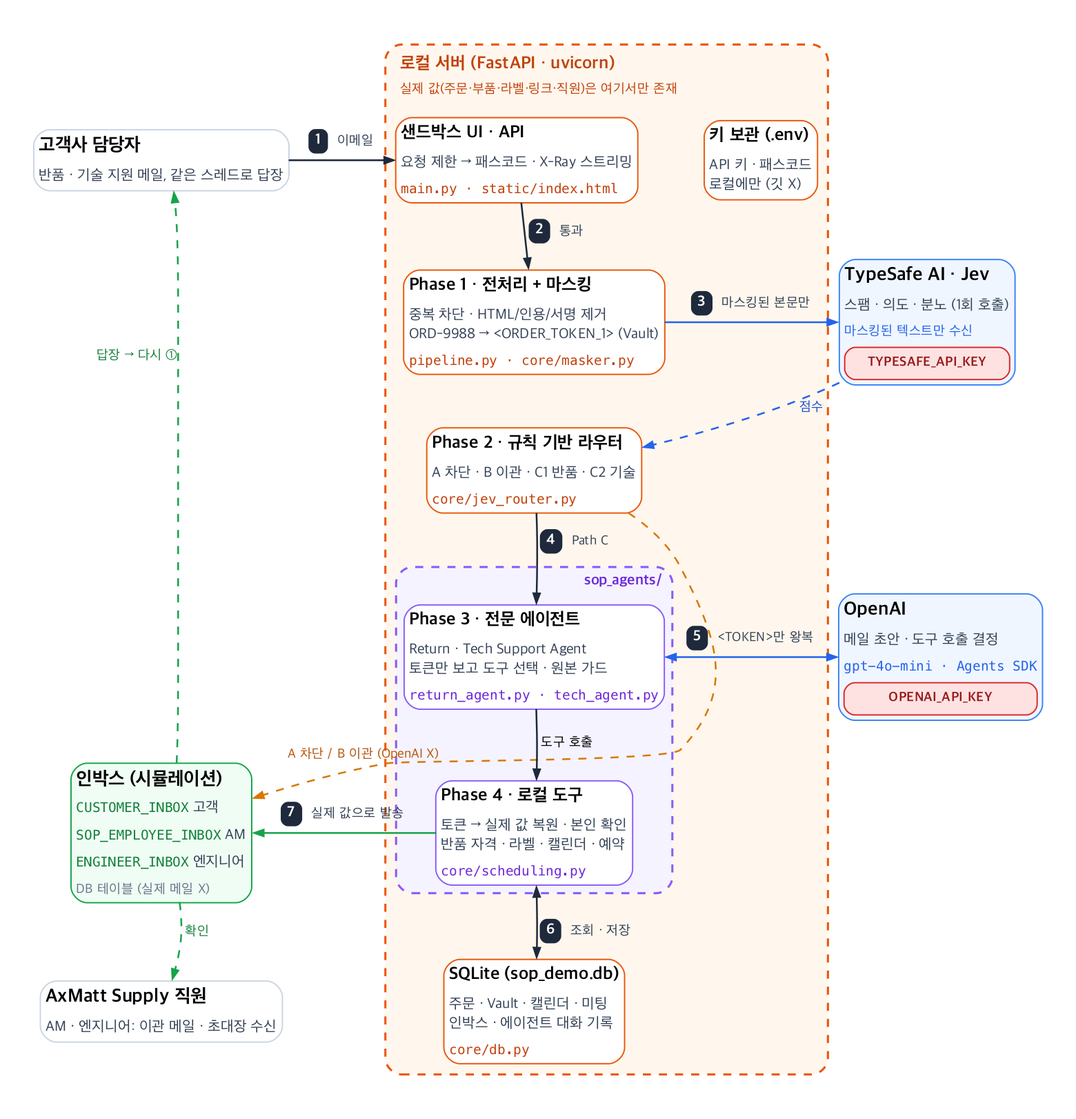
Above: docs/architecture.png in sangmin-matthew-lee/sopo-agnet-claude (Graphviz), before the change. Its source is kept beside it as docs/architecture.dot. The source it was exported from:
```dot
digraph SOPO_ARCH {
  graph [rankdir=TB, fontname="Apple SD Gothic Neo", nodesep=0.35, ranksep=0.28, bgcolor="white",
         pad=0.35, newrank=true, compound=true, splines=spline];
  node  [shape=plain, fontname="Apple SD Gothic Neo"];
  edge  [fontname="Apple SD Gothic Neo", fontsize=10, color="#1e293b", penwidth=1.3, arrowsize=0.7];

  customer [label=<
    <TABLE BORDER="1" COLOR="#cbd5e1" CELLBORDER="0" CELLPADDING="3" CELLSPACING="0" STYLE="rounded" BGCOLOR="white">
      <TR><TD ALIGN="LEFT"><B><FONT POINT-SIZE="14">고객사 담당자</FONT></B></TD></TR>
      <TR><TD ALIGN="LEFT"><FONT POINT-SIZE="11" COLOR="#334155">반품 · 기술 지원 메일, 같은 스레드로 답장<BR ALIGN="LEFT"/></FONT></TD></TR>
    </TABLE>>];

  staff [label=<
    <TABLE BORDER="1" COLOR="#cbd5e1" CELLBORDER="0" CELLPADDING="3" CELLSPACING="0" STYLE="rounded" BGCOLOR="white">
      <TR><TD ALIGN="LEFT"><B><FONT POINT-SIZE="14">AxMatt Supply 직원</FONT></B></TD></TR>
      <TR><TD ALIGN="LEFT"><FONT POINT-SIZE="11" COLOR="#334155">AM · 엔지니어: 이관 메일 · 초대장 수신<BR ALIGN="LEFT"/></FONT></TD></TR>
    </TABLE>>];

  subgraph cluster_local {
    label=<<TABLE BORDER="0" CELLPADDING="1"><TR><TD ALIGN="LEFT"><B><FONT POINT-SIZE="13" COLOR="#c2410c">로컬 서버 (FastAPI · uvicorn)</FONT></B></TD></TR><TR><TD ALIGN="LEFT"><FONT POINT-SIZE="10" COLOR="#c2410c">실제 값(주문·부품·라벨·링크·직원)은 여기서만 존재</FONT></TD></TR></TABLE>>;
    labeljust=l; style="rounded,dashed"; color="#ea580c"; penwidth=1.6; bgcolor="#fff7ed"; margin=8;

    api [label=<
      <TABLE BORDER="1" COLOR="#ea580c" CELLBORDER="0" CELLPADDING="3" CELLSPACING="0" STYLE="rounded" BGCOLOR="white">
        <TR><TD ALIGN="LEFT"><B><FONT POINT-SIZE="13">샌드박스 UI · API</FONT></B></TD></TR>
        <TR><TD ALIGN="LEFT"><FONT POINT-SIZE="11" COLOR="#334155">요청 제한 → 패스코드 · X-Ray 스트리밍<BR ALIGN="LEFT"/></FONT></TD></TR>
        <TR><TD ALIGN="LEFT"><FONT FACE="Menlo" POINT-SIZE="10" COLOR="#c2410c">main.py · static/index.html</FONT></TD></TR>
      </TABLE>>];

    mask [label=<
      <TABLE BORDER="1" COLOR="#ea580c" CELLBORDER="0" CELLPADDING="3" CELLSPACING="0" STYLE="rounded" BGCOLOR="white">
        <TR><TD ALIGN="LEFT"><B><FONT POINT-SIZE="13">Phase 1 · 전처리 + 마스킹</FONT></B></TD></TR>
        <TR><TD ALIGN="LEFT"><FONT POINT-SIZE="11" COLOR="#334155">중복 차단 · HTML/인용/서명 제거<BR ALIGN="LEFT"/>ORD-9988 → &lt;ORDER_TOKEN_1&gt; (Vault)<BR ALIGN="LEFT"/></FONT></TD></TR>
        <TR><TD ALIGN="LEFT"><FONT FACE="Menlo" POINT-SIZE="10" COLOR="#c2410c">pipeline.py · core/masker.py</FONT></TD></TR>
      </TABLE>>];

    router [label=<
      <TABLE BORDER="1" COLOR="#ea580c" CELLBORDER="0" CELLPADDING="3" CELLSPACING="0" STYLE="rounded" BGCOLOR="white">
        <TR><TD ALIGN="LEFT"><B><FONT POINT-SIZE="13">Phase 2 · 규칙 기반 라우터</FONT></B></TD></TR>
        <TR><TD ALIGN="LEFT"><FONT POINT-SIZE="11" COLOR="#334155">A 차단 · B 이관 · C1 반품 · C2 기술<BR ALIGN="LEFT"/></FONT></TD></TR>
        <TR><TD ALIGN="LEFT"><FONT FACE="Menlo" POINT-SIZE="10" COLOR="#c2410c">core/jev_router.py</FONT></TD></TR>
      </TABLE>>];

    subgraph cluster_agents {
      label=<<B><FONT POINT-SIZE="11" COLOR="#6d28d9">sop_agents/</FONT></B>>; labeljust=r;
      style="rounded,dashed"; color="#8b5cf6"; bgcolor="#f5f3ff"; margin=6;

      agents [label=<
        <TABLE BORDER="1" COLOR="#8b5cf6" CELLBORDER="0" CELLPADDING="3" CELLSPACING="0" STYLE="rounded" BGCOLOR="white">
          <TR><TD ALIGN="LEFT"><B><FONT POINT-SIZE="13">Phase 3 · 전문 에이전트</FONT></B></TD></TR>
          <TR><TD ALIGN="LEFT"><FONT POINT-SIZE="11" COLOR="#334155">Return · Tech Support Agent<BR ALIGN="LEFT"/>토큰만 보고 도구 선택 · 원본 가드<BR ALIGN="LEFT"/></FONT></TD></TR>
          <TR><TD ALIGN="LEFT"><FONT FACE="Menlo" POINT-SIZE="10" COLOR="#6d28d9">return_agent.py · tech_agent.py</FONT></TD></TR>
        </TABLE>>];

      tools [label=<
        <TABLE BORDER="1" COLOR="#8b5cf6" CELLBORDER="0" CELLPADDING="3" CELLSPACING="0" STYLE="rounded" BGCOLOR="white">
          <TR><TD ALIGN="LEFT"><B><FONT POINT-SIZE="13">Phase 4 · 로컬 도구</FONT></B></TD></TR>
          <TR><TD ALIGN="LEFT"><FONT POINT-SIZE="11" COLOR="#334155">토큰 → 실제 값 복원 · 본인 확인<BR ALIGN="LEFT"/>반품 자격 · 라벨 · 캘린더 · 예약<BR ALIGN="LEFT"/></FONT></TD></TR>
          <TR><TD ALIGN="LEFT"><FONT FACE="Menlo" POINT-SIZE="10" COLOR="#6d28d9">core/scheduling.py</FONT></TD></TR>
        </TABLE>>];
    }

    sqlite [label=<
      <TABLE BORDER="1" COLOR="#ea580c" CELLBORDER="0" CELLPADDING="3" CELLSPACING="0" STYLE="rounded" BGCOLOR="white">
        <TR><TD ALIGN="LEFT"><B><FONT POINT-SIZE="13">SQLite (sop_demo.db)</FONT></B></TD></TR>
        <TR><TD ALIGN="LEFT"><FONT POINT-SIZE="11" COLOR="#334155">주문 · Vault · 캘린더 · 미팅<BR ALIGN="LEFT"/>인박스 · 에이전트 대화 기록<BR ALIGN="LEFT"/></FONT></TD></TR>
        <TR><TD ALIGN="LEFT"><FONT FACE="Menlo" POINT-SIZE="10" COLOR="#c2410c">core/db.py</FONT></TD></TR>
      </TABLE>>];

    keys [label=<
      <TABLE BORDER="1" COLOR="#ea580c" CELLBORDER="0" CELLPADDING="3" CELLSPACING="0" STYLE="rounded" BGCOLOR="white">
        <TR><TD ALIGN="LEFT"><B><FONT POINT-SIZE="13">키 보관 (.env)</FONT></B></TD></TR>
        <TR><TD ALIGN="LEFT"><FONT POINT-SIZE="11" COLOR="#334155">API 키 · 패스코드<BR ALIGN="LEFT"/>로컬에만 (깃 X)<BR ALIGN="LEFT"/></FONT></TD></TR>
      </TABLE>>];
  }

  jev [label=<
    <TABLE BORDER="1" COLOR="#3b82f6" CELLBORDER="0" CELLPADDING="3" CELLSPACING="0" STYLE="rounded" BGCOLOR="#eff6ff">
      <TR><TD ALIGN="LEFT"><B><FONT POINT-SIZE="14">TypeSafe AI · Jev</FONT></B></TD></TR>
      <TR><TD ALIGN="LEFT"><FONT POINT-SIZE="11" COLOR="#334155">스팸 · 의도 · 분노 (1회 호출)<BR ALIGN="LEFT"/></FONT></TD></TR>
      <TR><TD ALIGN="LEFT"><FONT FACE="Menlo" POINT-SIZE="10" COLOR="#2563eb">마스킹된 텍스트만 수신</FONT></TD></TR>
      <TR><TD ALIGN="LEFT"><TABLE BORDER="1" COLOR="#dc2626" CELLBORDER="0" CELLPADDING="3" STYLE="rounded" BGCOLOR="#fee2e2"><TR><TD><FONT POINT-SIZE="10" COLOR="#991b1b"><B>TYPESAFE_API_KEY</B></FONT></TD></TR></TABLE></TD></TR>
    </TABLE>>];

  openai [label=<
    <TABLE BORDER="1" COLOR="#3b82f6" CELLBORDER="0" CELLPADDING="3" CELLSPACING="0" STYLE="rounded" BGCOLOR="#eff6ff">
      <TR><TD ALIGN="LEFT"><B><FONT POINT-SIZE="14">OpenAI</FONT></B></TD></TR>
      <TR><TD ALIGN="LEFT"><FONT POINT-SIZE="11" COLOR="#334155">메일 초안 · 도구 호출 결정<BR ALIGN="LEFT"/></FONT></TD></TR>
      <TR><TD ALIGN="LEFT"><FONT FACE="Menlo" POINT-SIZE="10" COLOR="#2563eb">gpt-4o-mini · Agents SDK</FONT></TD></TR>
            <TR><TD ALIGN="LEFT"><TABLE BORDER="1" COLOR="#dc2626" CELLBORDER="0" CELLPADDING="3" STYLE="rounded" BGCOLOR="#fee2e2"><TR><TD><FONT POINT-SIZE="10" COLOR="#991b1b"><B>OPENAI_API_KEY</B></FONT></TD></TR></TABLE></TD></TR>
    </TABLE>>];

  inbox [label=<
    <TABLE BORDER="1" COLOR="#16a34a" CELLBORDER="0" CELLPADDING="3" CELLSPACING="0" STYLE="rounded" BGCOLOR="#f0fdf4">
      <TR><TD ALIGN="LEFT"><B><FONT POINT-SIZE="14">인박스 (시뮬레이션)</FONT></B></TD></TR>
      <TR><TD ALIGN="LEFT"><FONT FACE="Menlo" POINT-SIZE="10" COLOR="#15803d">CUSTOMER_INBOX</FONT><FONT POINT-SIZE="11" COLOR="#334155"> 고객</FONT></TD></TR>
      <TR><TD ALIGN="LEFT"><FONT FACE="Menlo" POINT-SIZE="10" COLOR="#15803d">SOP_EMPLOYEE_INBOX</FONT><FONT POINT-SIZE="11" COLOR="#334155"> AM</FONT></TD></TR>
      <TR><TD ALIGN="LEFT"><FONT FACE="Menlo" POINT-SIZE="10" COLOR="#15803d">ENGINEER_INBOX</FONT><FONT POINT-SIZE="11" COLOR="#334155"> 엔지니어</FONT></TD></TR>
      <TR><TD ALIGN="LEFT"><FONT POINT-SIZE="10" COLOR="#64748b">DB 테이블 (실제 메일 X)</FONT></TD></TR>
    </TABLE>>];


  { rank=same; customer -> api -> keys [style=invis]; }
  { rank=same; mask -> jev [style=invis]; }
  { rank=same; agents -> openai [style=invis]; }
  { rank=same; inbox -> tools [style=invis]; }
  { rank=same; staff -> sqlite [style=invis]; }
  customer -> inbox -> staff [style=invis, weight=10];
  api -> mask -> router -> agents -> tools -> sqlite [style=invis, weight=20];

  customer -> api   [label=<<TABLE BORDER="0" CELLPADDING="2" CELLSPACING="2"><TR><TD BGCOLOR="#1e293b" STYLE="rounded"><FONT COLOR="white" POINT-SIZE="11"><B> 1 </B></FONT></TD><TD><FONT POINT-SIZE="10" COLOR="#334155"> 이메일</FONT></TD></TR></TABLE>>, weight=0];
  api -> mask       [label=<<TABLE BORDER="0" CELLPADDING="2" CELLSPACING="2"><TR><TD BGCOLOR="#1e293b" STYLE="rounded"><FONT COLOR="white" POINT-SIZE="11"><B> 2 </B></FONT></TD><TD><FONT POINT-SIZE="10" COLOR="#334155"> 통과</FONT></TD></TR></TABLE>>];
  mask -> jev       [label=<<TABLE BORDER="0" CELLPADDING="2" CELLSPACING="2"><TR><TD BGCOLOR="#1e293b" STYLE="rounded"><FONT COLOR="white" POINT-SIZE="11"><B> 3 </B></FONT></TD><TD><FONT POINT-SIZE="10" COLOR="#334155"> 마스킹된 본문만</FONT></TD></TR></TABLE>>, color="#2563eb"];
  jev -> router     [label=" 점수", color="#2563eb", fontcolor="#1d4ed8", style=dashed];
  router -> agents  [label=<<TABLE BORDER="0" CELLPADDING="2" CELLSPACING="2"><TR><TD BGCOLOR="#1e293b" STYLE="rounded"><FONT COLOR="white" POINT-SIZE="11"><B> 4 </B></FONT></TD><TD><FONT POINT-SIZE="10" COLOR="#334155"> Path C</FONT></TD></TR></TABLE>>];
  agents -> openai  [label=<<TABLE BORDER="0" CELLPADDING="2" CELLSPACING="2"><TR><TD BGCOLOR="#1e293b" STYLE="rounded"><FONT COLOR="white" POINT-SIZE="11"><B> 5 </B></FONT></TD><TD><FONT POINT-SIZE="10" COLOR="#334155"> &lt;TOKEN&gt;만 왕복</FONT></TD></TR></TABLE>>, dir=both, color="#2563eb"];
  agents -> tools   [label=" 도구 호출"];
  tools -> sqlite   [label=<<TABLE BORDER="0" CELLPADDING="2" CELLSPACING="2"><TR><TD BGCOLOR="#1e293b" STYLE="rounded"><FONT COLOR="white" POINT-SIZE="11"><B> 6 </B></FONT></TD><TD><FONT POINT-SIZE="10" COLOR="#334155"> 조회 · 저장</FONT></TD></TR></TABLE>>, dir=both];
  tools -> inbox    [label=<<TABLE BORDER="0" CELLPADDING="2" CELLSPACING="2"><TR><TD BGCOLOR="#1e293b" STYLE="rounded"><FONT COLOR="white" POINT-SIZE="11"><B> 7 </B></FONT></TD><TD><FONT POINT-SIZE="10" COLOR="#334155"> 실제 값으로 발송</FONT></TD></TR></TABLE>>, color="#16a34a"];
  router -> inbox   [xlabel="A 차단 / B 이관 (OpenAI X)", style=dashed, color="#d97706", fontcolor="#b45309", constraint=false];

  inbox -> staff    [label=" 확인", style=dashed, color="#16a34a", fontcolor="#15803d"];
  inbox -> customer [xlabel="답장 → 다시 ①", style=dashed, color="#16a34a", fontcolor="#15803d", constraint=false];
}
```
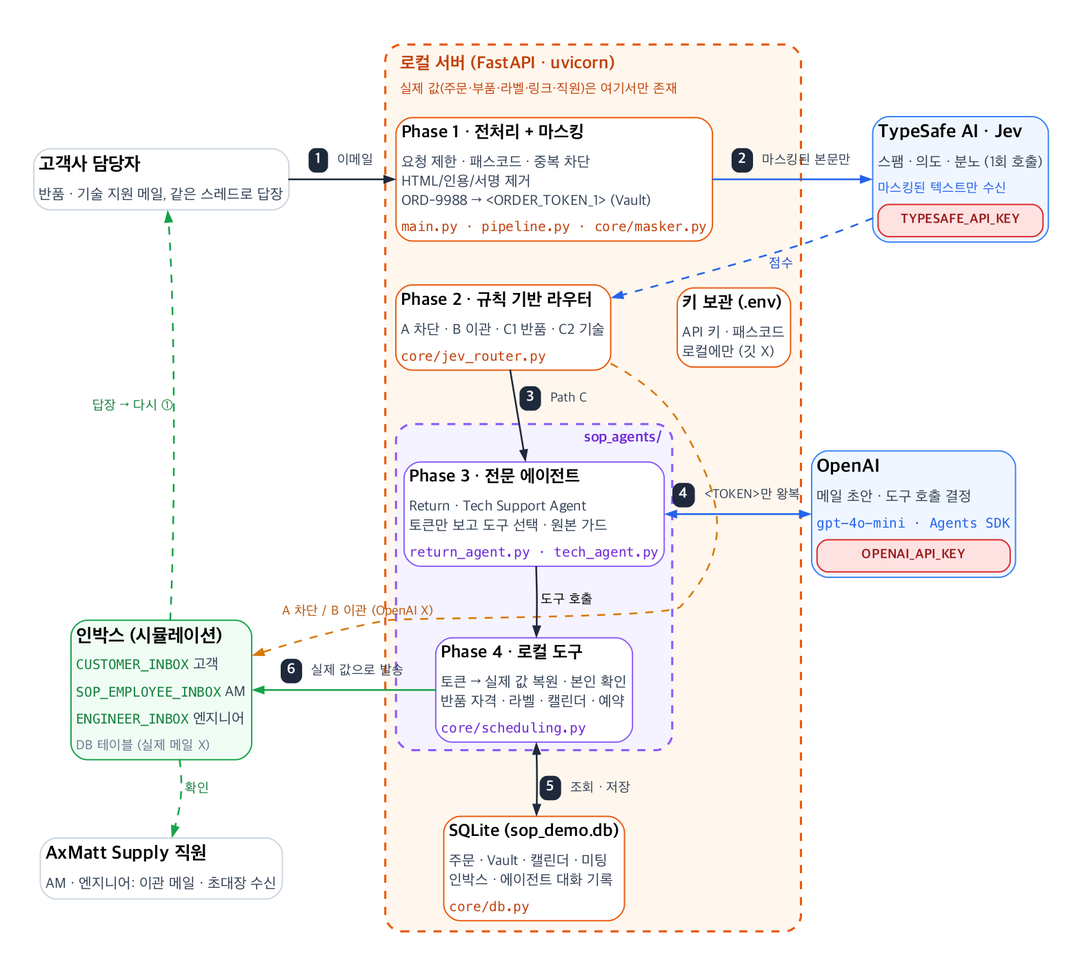
Later version of the same file.

Commit message:
Send customer email straight into Phase 1 in the architecture diagram

- Drop the "sandbox UI / API" box; the customer's email (1) now enters
  Phase 1, which lists the rate limit / passcode / duplicate checks and
  main.py.
- Steps renumbered 1-6; README section 4 notes updated to match.

Claude-Session: https://claude.ai/code/session_01LQjqJxz1YcKXCCThp8WkEy

What changed in the source:
```diff
@@ -20,18 +20,11 @@
     label=<<TABLE BORDER="0" CELLPADDING="1"><TR><TD ALIGN="LEFT"><B><FONT POINT-SIZE="13" COLOR="#c2410c">로컬 서버 (FastAPI · uvicorn)</FONT></B></TD></TR><TR><TD ALIGN="LEFT"><FONT POINT-SIZE="10" COLOR="#c2410c">실제 값(주문·부품·라벨·링크·직원)은 여기서만 존재</FONT></TD></TR></TABLE>>;
     labeljust=l; style="rounded,dashed"; color="#ea580c"; penwidth=1.6; bgcolor="#fff7ed"; margin=8;
 
-    api [label=<
-      <TABLE BORDER="1" COLOR="#ea580c" CELLBORDER="0" CELLPADDING="3" CELLSPACING="0" STYLE="rounded" BGCOLOR="white">
-        <TR><TD ALIGN="LEFT"><B><FONT POINT-SIZE="13">샌드박스 UI · API</FONT></B></TD></TR>
-        <TR><TD ALIGN="LEFT"><FONT POINT-SIZE="11" COLOR="#334155">요청 제한 → 패스코드 · X-Ray 스트리밍<BR ALIGN="LEFT"/></FONT></TD></TR>
-        <TR><TD ALIGN="LEFT"><FONT FACE="Menlo" POINT-SIZE="10" COLOR="#c2410c">main.py · static/index.html</FONT></TD></TR>
-      </TABLE>>];
-
     mask [label=<
       <TABLE BORDER="1" COLOR="#ea580c" CELLBORDER="0" CELLPADDING="3" CELLSPACING="0" STYLE="rounded" BGCOLOR="white">
         <TR><TD ALIGN="LEFT"><B><FONT POINT-SIZE="13">Phase 1 · 전처리 + 마스킹</FONT></B></TD></TR>
-        <TR><TD ALIGN="LEFT"><FONT POINT-SIZE="11" COLOR="#334155">중복 차단 · HTML/인용/서명 제거<BR ALIGN="LEFT"/>ORD-9988 → &lt;ORDER_TOKEN_1&gt; (Vault)<BR ALIGN="LEFT"/></FONT></TD></TR>
-        <TR><TD ALIGN="LEFT"><FONT FACE="Menlo" POINT-SIZE="10" COLOR="#c2410c">pipeline.py · core/masker.py</FONT></TD></TR>
+        <TR><TD ALIGN="LEFT"><FONT POINT-SIZE="11" COLOR="#334155">요청 제한 · 패스코드 · 중복 차단<BR ALIGN="LEFT"/>HTML/인용/서명 제거<BR ALIGN="LEFT"/>ORD-9988 → &lt;ORDER_TOKEN_1&gt; (Vault)<BR ALIGN="LEFT"/></FONT></TD></TR>
+        <TR><TD ALIGN="LEFT"><FONT FACE="Menlo" POINT-SIZE="10" COLOR="#c2410c">main.py · pipeline.py · core/masker.py</FONT></TD></TR>
       </TABLE>>];
 
     router [label=<
@@ -100,23 +93,22 @@
     </TABLE>>];
 
 
-  { rank=same; customer -> api -> keys [style=invis]; }
-  { rank=same; mask -> jev [style=invis]; }
+  { rank=same; customer -> mask -> jev [style=invis]; }
+  { rank=same; router -> keys [style=invis]; }
   { rank=same; agents -> openai [style=invis]; }
   { rank=same; inbox -> tools [style=invis]; }
   { rank=same; staff -> sqlite [style=invis]; }
   customer -> inbox -> staff [style=invis, weight=10];
-  api -> mask -> router -> agents -> tools -> sqlite [style=invis, weight=20];
+  mask -> router -> agents -> tools -> sqlite [style=invis, weight=20];
 
-  customer -> api   [label=<<TABLE BORDER="0" CELLPADDING="2" CELLSPACING="2"><TR><TD BGCOLOR="#1e293b" STYLE="rounded"><FONT COLOR="white" POINT-SIZE="11"><B> 1 </B></FONT></TD><TD><FONT POINT-SIZE="10" COLOR="#334155"> 이메일</FONT></TD></TR></TABLE>>, weight=0];
-  api -> mask       [label=<<TABLE BORDER="0" CELLPADDING="2" CELLSPACING="2"><TR><TD BGCOLOR="#1e293b" STYLE="rounded"><FONT COLOR="white" POINT-SIZE="11"><B> 2 </B></FONT></TD><TD><FONT POINT-SIZE="10" COLOR="#334155"> 통과</FONT></TD></TR></TABLE>>];
-  mask -> jev       [label=<<TABLE BORDER="0" CELLPADDING="2" CELLSPACING="2"><TR><TD BGCOLOR="#1e293b" STYLE="rounded"><FONT COLOR="white" POINT-SIZE="11"><B> 3 </B></FONT></TD><TD><FONT POINT-SIZE="10" COLOR="#334155"> 마스킹된 본문만</FONT></TD></TR></TABLE>>, color="#2563eb"];
+  customer -> mask  [label=<<TABLE BORDER="0" CELLPADDING="2" CELLSPACING="2"><TR><TD BGCOLOR="#1e293b" STYLE="rounded"><FONT COLOR="white" POINT-SIZE="11"><B> 1 </B></FONT></TD><TD><FONT POINT-SIZE="10" COLOR="#334155"> 이메일</FONT></TD></TR></TABLE>>, weight=0];
+  mask -> jev       [label=<<TABLE BORDER="0" CELLPADDING="2" CELLSPACING="2"><TR><TD BGCOLOR="#1e293b" STYLE="rounded"><FONT COLOR="white" POINT-SIZE="11"><B> 2 </B></FONT></TD><TD><FONT POINT-SIZE="10" COLOR="#334155"> 마스킹된 본문만</FONT></TD></TR></TABLE>>, color="#2563eb"];
   jev -> router     [label=" 점수", color="#2563eb", fontcolor="#1d4ed8", style=dashed];
-  router -> agents  [label=<<TABLE BORDER="0" CELLPADDING="2" CELLSPACING="2"><TR><TD BGCOLOR="#1e293b" STYLE="rounded"><FONT COLOR="white" POINT-SIZE="11"><B> 4 </B></FONT></TD><TD><FONT POINT-SIZE="10" COLOR="#334155"> Path C</FONT></TD></TR></TABLE>>];
-  agents -> openai  [label=<<TABLE BORDER="0" CELLPADDING="2" CELLSPACING="2"><TR><TD BGCOLOR="#1e293b" STYLE="rounded"><FONT COLOR="white" POINT-SIZE="11"><B> 5 </B></FONT></TD><TD><FONT POINT-SIZE="10" COLOR="#334155"> &lt;TOKEN&gt;만 왕복</FONT></TD></TR></TABLE>>, dir=both, color="#2563eb"];
+  router -> agents  [label=<<TABLE BORDER="0" CELLPADDING="2" CELLSPACING="2"><TR><TD BGCOLOR="#1e293b" STYLE="rounded"><FONT COLOR="white" POINT-SIZE="11"><B> 3 </B></FONT></TD><TD><FONT POINT-SIZE="10" COLOR="#334155"> Path C</FONT></TD></TR></TABLE>>];
+  agents -> openai  [label=<<TABLE BORDER="0" CELLPADDING="2" CELLSPACING="2"><TR><TD BGCOLOR="#1e293b" STYLE="rounded"><FONT COLOR="white" POINT-SIZE="11"><B> 4 </B></FONT></TD><TD><FONT POINT-SIZE="10" COLOR="#334155"> &lt;TOKEN&gt;만 왕복</FONT></TD></TR></TABLE>>, dir=both, color="#2563eb"];
   agents -> tools   [label=" 도구 호출"];
-  tools -> sqlite   [label=<<TABLE BORDER="0" CELLPADDING="2" CELLSPACING="2"><TR><TD BGCOLOR="#1e293b" STYLE="rounded"><FONT COLOR="white" POINT-SIZE="11"><B> 6 </B></FONT></TD><TD><FONT POINT-SIZE="10" COLOR="#334155"> 조회 · 저장</FONT></TD></TR></TABLE>>, dir=both];
-  tools -> inbox    [label=<<TABLE BORDER="0" CELLPADDING="2" CELLSPACING="2"><TR><TD BGCOLOR="#1e293b" STYLE="rounded"><FONT COLOR="white" POINT-SIZE="11"><B> 7 </B></FONT></TD><TD><FONT POINT-SIZE="10" COLOR="#334155"> 실제 값으로 발송</FONT></TD></TR></TABLE>>, color="#16a34a"];
+  tools -> sqlite   [label=<<TABLE BORDER="0" CELLPADDING="2" CELLSPACING="2"><TR><TD BGCOLOR="#1e293b" STYLE="rounded"><FONT COLOR="white" POINT-SIZE="11"><B> 5 </B></FONT></TD><TD><FONT POINT-SIZE="10" COLOR="#334155"> 조회 · 저장</FONT></TD></TR></TABLE>>, dir=both];
+  tools -> inbox    [label=<<TABLE BORDER="0" CELLPADDING="2" CELLSPACING="2"><TR><TD BGCOLOR="#1e293b" STYLE="rounded"><FONT COLOR="white" POINT-SIZE="11"><B> 6 </B></FONT></TD><TD><FONT POINT-SIZE="10" COLOR="#334155"> 실제 값으로 발송</FONT></TD></TR></TABLE>>, color="#16a34a"];
   router -> inbox   [xlabel="A 차단 / B 이관 (OpenAI X)", style=dashed, color="#d97706", fontcolor="#b45309", constraint=false];
 
   inbox -> staff    [label=" 확인", style=dashed, color="#16a34a", fontcolor="#15803d"];
```
